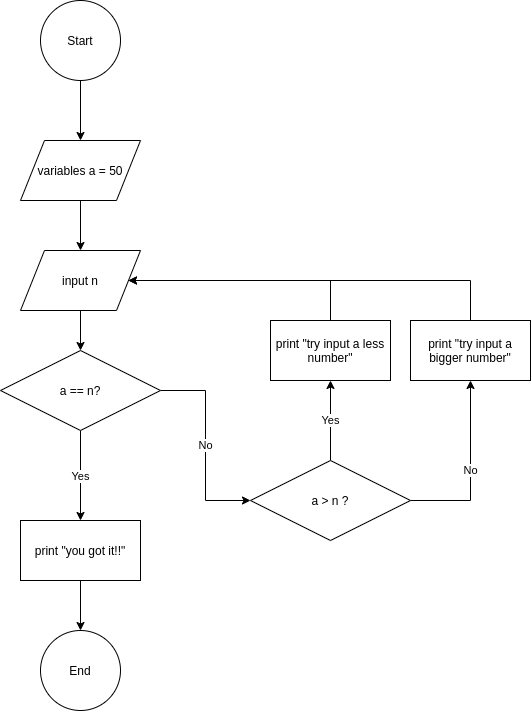
This is GuessGame.png from stsiwo/FlowCharts_IRC110, a draw.io export, as it was before one commit. Source tidied: cells renumbered, new cells last; positions are measured from the earlier drawing's top-left corner, leaving out a move shared by most shapes.
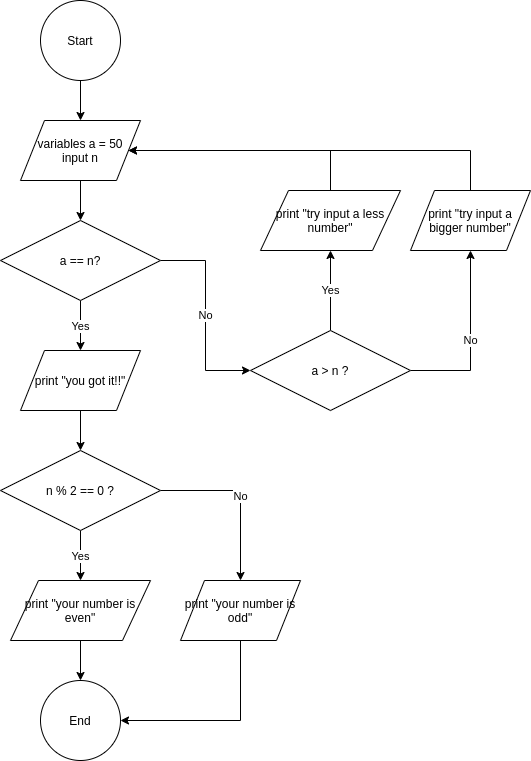
The same file after the commit.

The edit, as a diff of the source:
```diff
@@ -2,24 +2,16 @@
   <root>
     <mxCell id="0" />
     <mxCell id="1" parent="0" />
-    <mxCell id="2" style="edgeStyle=orthogonalEdgeStyle;rounded=0;jettySize=auto;html=1;" parent="1" edge="1" source="3">
-      <mxGeometry relative="1" as="geometry">
-        <mxPoint x="80" y="140" as="targetPoint" />
-      </mxGeometry>
+    <mxCell id="2" style="edgeStyle=orthogonalEdgeStyle;rounded=0;jettySize=auto;html=1;entryX=0.5;entryY=0;entryDx=0;entryDy=0;" parent="1" edge="1" source="3" target="7">
+      <mxGeometry relative="1" as="geometry" />
     </mxCell>
     <mxCell id="3" value="Start" style="ellipse;whiteSpace=wrap;html=1;" parent="1" vertex="1">
-      <mxGeometry x="40" width="80" height="80" as="geometry" />
+      <mxGeometry x="40" y="130" width="80" height="80" as="geometry" />
     </mxCell>
-    <mxCell id="4" style="edgeStyle=orthogonalEdgeStyle;rounded=0;jettySize=auto;html=1;" parent="1" edge="1" source="5" target="7">
-      <mxGeometry relative="1" as="geometry" />
-    </mxCell>
-    <mxCell id="5" value="variables a = 50" style="shape=parallelogram;perimeter=parallelogramPerimeter;whiteSpace=wrap;html=1;" parent="1" vertex="1">
-      <mxGeometry x="20" y="140" width="120" height="60" as="geometry" />
-    </mxCell>
     <mxCell id="6" style="edgeStyle=orthogonalEdgeStyle;rounded=0;jettySize=auto;html=1;" parent="1" edge="1" source="7" target="10">
       <mxGeometry relative="1" as="geometry" />
     </mxCell>
-    <mxCell id="7" value="input n" style="shape=parallelogram;perimeter=parallelogramPerimeter;whiteSpace=wrap;html=1;" parent="1" vertex="1">
+    <mxCell id="7" value="variables a = 50&lt;br&gt;input n" style="shape=parallelogram;perimeter=parallelogramPerimeter;whiteSpace=wrap;html=1;" parent="1" vertex="1">
       <mxGeometry x="20" y="250" width="120" height="60" as="geometry" />
     </mxCell>
     <mxCell id="8" value="No" style="edgeStyle=orthogonalEdgeStyle;rounded=0;jettySize=auto;html=1;entryX=0;entryY=0.5;entryDx=0;entryDy=0;" parent="1" edge="1" source="10" target="13">
@@ -31,47 +23,72 @@
     <mxCell id="10" value="a == n?" style="rhombus;whiteSpace=wrap;html=1;" parent="1" vertex="1">
       <mxGeometry y="350" width="160" height="80" as="geometry" />
     </mxCell>
-    <mxCell id="11" value="No" style="edgeStyle=orthogonalEdgeStyle;rounded=0;jettySize=auto;html=1;" parent="1" edge="1" source="13" target="19">
+    <mxCell id="11" value="No" style="edgeStyle=orthogonalEdgeStyle;rounded=0;jettySize=auto;html=1;entryX=0.5;entryY=1;entryDx=0;entryDy=0;" parent="1" edge="1" source="13" target="19">
       <mxGeometry relative="1" as="geometry">
         <Array as="points">
           <mxPoint x="470" y="500" />
         </Array>
       </mxGeometry>
     </mxCell>
-    <mxCell id="12" value="Yes" style="edgeStyle=orthogonalEdgeStyle;rounded=0;jettySize=auto;html=1;" parent="1" edge="1" source="13" target="17">
+    <mxCell id="12" value="Yes" style="edgeStyle=orthogonalEdgeStyle;rounded=0;jettySize=auto;html=1;entryX=0.5;entryY=1;entryDx=0;entryDy=0;" parent="1" edge="1" source="13" target="17">
       <mxGeometry relative="1" as="geometry" />
     </mxCell>
     <mxCell id="13" value="a &amp;gt; n ?" style="rhombus;whiteSpace=wrap;html=1;" parent="1" vertex="1">
       <mxGeometry x="250" y="460" width="160" height="80" as="geometry" />
     </mxCell>
-    <mxCell id="14" style="edgeStyle=orthogonalEdgeStyle;rounded=0;jettySize=auto;html=1;" parent="1" edge="1" source="15" target="20">
-      <mxGeometry relative="1" as="geometry" />
-    </mxCell>
+    <mxCell id="16" style="edgeStyle=orthogonalEdgeStyle;rounded=0;jettySize=auto;html=1;entryX=1;entryY=0.5;entryDx=0;entryDy=0;exitX=0.5;exitY=0;exitDx=0;exitDy=0;" parent="1" edge="1" source="17" target="7">
+      <mxGeometry relative="1" as="geometry">
+        <Array as="points">
+          <mxPoint x="330" y="280" />
+        </Array>
+      </mxGeometry>
+    </mxCell>
+    <mxCell id="18" style="edgeStyle=orthogonalEdgeStyle;rounded=0;jettySize=auto;html=1;entryX=1;entryY=0.5;entryDx=0;entryDy=0;" parent="1" edge="1" source="19" target="7">
+      <mxGeometry relative="1" as="geometry">
+        <Array as="points">
+          <mxPoint x="470" y="280" />
+        </Array>
+      </mxGeometry>
+    </mxCell>
+    <mxCell id="20" value="End" style="ellipse;whiteSpace=wrap;html=1;" parent="1" vertex="1">
+      <mxGeometry x="40" y="810" width="80" height="80" as="geometry" />
+    </mxCell>
+    <mxCell id="17" value="&lt;span&gt;print &quot;try input a less number&quot;&lt;/span&gt;" style="shape=parallelogram;perimeter=parallelogramPerimeter;whiteSpace=wrap;html=1;" parent="1" vertex="1">
+      <mxGeometry x="260" y="320" width="140" height="60" as="geometry" />
+    </mxCell>
+    <mxCell id="19" value="&lt;span&gt;print &quot;try input a bigger number&quot;&lt;/span&gt;" style="shape=parallelogram;perimeter=parallelogramPerimeter;whiteSpace=wrap;html=1;" parent="1" vertex="1">
+      <mxGeometry x="410" y="320" width="120" height="60" as="geometry" />
+    </mxCell>
+    <mxCell id="21" style="edgeStyle=orthogonalEdgeStyle;rounded=0;jettySize=auto;html=1;" parent="1" edge="1" source="15" target="24">
+      <mxGeometry relative="1" as="geometry" />
+    </mxCell>
-    <mxCell id="15" value="print &quot;you got it!!&quot;" style="rounded=0;whiteSpace=wrap;html=1;" parent="1" vertex="1">
-      <mxGeometry x="20" y="520" width="120" height="60" as="geometry" />
+    <mxCell id="15" value="&lt;span&gt;print &quot;you got it!!&quot;&lt;/span&gt;" style="shape=parallelogram;perimeter=parallelogramPerimeter;whiteSpace=wrap;html=1;" parent="1" vertex="1">
+      <mxGeometry x="20" y="480" width="120" height="60" as="geometry" />
     </mxCell>
-    <mxCell id="16" style="edgeStyle=orthogonalEdgeStyle;rounded=0;jettySize=auto;html=1;entryX=1;entryY=0.5;entryDx=0;entryDy=0;" parent="1" edge="1" source="17" target="7">
-      <mxGeometry relative="1" as="geometry">
-        <Array as="points">
-          <mxPoint x="330" y="280" />
-        </Array>
-      </mxGeometry>
-    </mxCell>
-    <mxCell id="17" value="print &quot;try input a less number&quot;" style="rounded=0;whiteSpace=wrap;html=1;" parent="1" vertex="1">
-      <mxGeometry x="270" y="320" width="120" height="60" as="geometry" />
-    </mxCell>
-    <mxCell id="18" style="edgeStyle=orthogonalEdgeStyle;rounded=0;jettySize=auto;html=1;entryX=1;entryY=0.5;entryDx=0;entryDy=0;" parent="1" edge="1" source="19" target="7">
-      <mxGeometry relative="1" as="geometry">
-        <Array as="points">
-          <mxPoint x="470" y="280" />
-        </Array>
-      </mxGeometry>
-    </mxCell>
-    <mxCell id="19" value="print &quot;try input a bigger number&quot;" style="rounded=0;whiteSpace=wrap;html=1;" parent="1" vertex="1">
-      <mxGeometry x="410" y="320" width="120" height="60" as="geometry" />
-    </mxCell>
-    <mxCell id="20" value="End" style="ellipse;whiteSpace=wrap;html=1;" parent="1" vertex="1">
-      <mxGeometry x="40" y="630" width="80" height="80" as="geometry" />
-    </mxCell>
+    <mxCell id="22" value="Yes" style="edgeStyle=orthogonalEdgeStyle;rounded=0;jettySize=auto;html=1;" parent="1" edge="1" source="24" target="26">
+      <mxGeometry relative="1" as="geometry" />
+    </mxCell>
+    <mxCell id="23" value="No" style="edgeStyle=orthogonalEdgeStyle;rounded=0;jettySize=auto;html=1;" parent="1" edge="1" source="24" target="28">
+      <mxGeometry relative="1" as="geometry" />
+    </mxCell>
+    <mxCell id="24" value="n % 2 == 0 ?" style="rhombus;whiteSpace=wrap;html=1;" parent="1" vertex="1">
+      <mxGeometry y="580" width="160" height="80" as="geometry" />
+    </mxCell>
+    <mxCell id="25" style="edgeStyle=orthogonalEdgeStyle;rounded=0;jettySize=auto;html=1;" parent="1" edge="1" source="26" target="20">
+      <mxGeometry relative="1" as="geometry" />
+    </mxCell>
+    <mxCell id="26" value="print &quot;your number is even&quot;" style="shape=parallelogram;perimeter=parallelogramPerimeter;whiteSpace=wrap;html=1;" parent="1" vertex="1">
+      <mxGeometry x="10" y="710" width="140" height="60" as="geometry" />
+    </mxCell>
+    <mxCell id="27" style="edgeStyle=orthogonalEdgeStyle;rounded=0;jettySize=auto;html=1;entryX=1;entryY=0.5;entryDx=0;entryDy=0;" parent="1" edge="1" source="28" target="20">
+      <mxGeometry relative="1" as="geometry">
+        <Array as="points">
+          <mxPoint x="240" y="850" />
+        </Array>
+      </mxGeometry>
+    </mxCell>
+    <mxCell id="28" value="print &quot;your number is odd&quot;" style="shape=parallelogram;perimeter=parallelogramPerimeter;whiteSpace=wrap;html=1;" parent="1" vertex="1">
+      <mxGeometry x="180" y="710" width="120" height="60" as="geometry" />
+    </mxCell>
   </root>
 </mxGraphModel>
```
